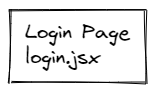
This is portalDiagram.excalidraw.png from TowmirAlRashid/meritage-portal-completed, a Excalidraw export, as it was before one commit. Source tidied: one line per element, renumbered; positions are measured from the earlier drawing's top-left corner, leaving out a move shared by most shapes. Source of this version:
```json
{"id": 0, "type": "rectangle", "strokeColor": "#000000", "strokeWidth": 1, "roughness": 1, "x": 0, "y": 0, "width": 136, "height": 73}
{"id": 1, "type": "text", "text": "Login Page \nlogin.jsx", "strokeColor": "#000000", "strokeWidth": 1, "roughness": 1, "fontSize": 20, "fontFamily": 1, "x": 15, "y": 10, "width": 115, "height": 50}
```
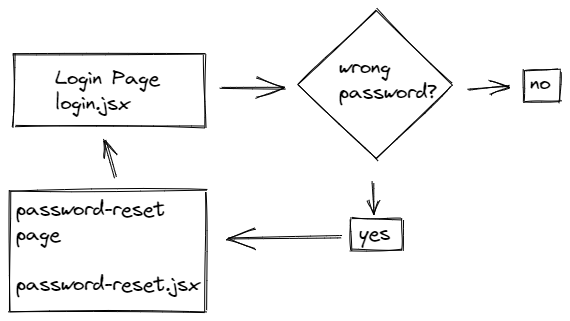
The same diagram one commit later.

Commit message:
added the responsive password-reset page

What changed in the source:
```diff
@@ -1,2 +1,15 @@
-{"id": 0, "type": "rectangle", "strokeColor": "#000000", "strokeWidth": 1, "roughness": 1, "x": 0, "y": 0, "width": 136, "height": 73}
+{"id": 0, "type": "rectangle", "strokeColor": "#000000", "strokeWidth": 1, "roughness": 1, "x": -57, "y": 3, "width": 191, "height": 73}
-{"id": 1, "type": "text", "text": "Login Page \nlogin.jsx", "strokeColor": "#000000", "strokeWidth": 1, "roughness": 1, "fontSize": 20, "fontFamily": 1, "x": 15, "y": 10, "width": 115, "height": 50}
+{"id": 1, "type": "text", "text": "Login Page \nlogin.jsx", "strokeColor": "#000000", "strokeWidth": 1, "roughness": 1, "fontSize": 20, "fontFamily": 1, "x": -16, "y": 15, "width": 115, "height": 50}
+{"id": 2, "type": "diamond", "strokeColor": "#000000", "strokeWidth": 1, "roughness": 1, "x": 227, "y": -41, "width": 154, "height": 149}
+{"id": 3, "type": "text", "text": "wrong\npassword?", "strokeColor": "#000000", "strokeWidth": 1, "roughness": 1, "fontSize": 20, "fontFamily": 1, "x": 268, "y": 4, "width": 99, "height": 50}
+{"id": 4, "type": "arrow", "strokeColor": "#000000", "strokeWidth": 1, "roughness": 1, "endArrowhead": "arrow", "from": 0, "to": 2, "x": 149, "y": 37, "width": 66, "height": 0, "points": [[0, 0], [66, 0]]}
+{"id": 5, "type": "text", "text": "no", "strokeColor": "#000000", "strokeWidth": 1, "roughness": 1, "fontSize": 20, "fontFamily": 1, "x": 459, "y": 20, "width": 22, "height": 25}
+{"id": 6, "type": "rectangle", "strokeColor": "#000000", "strokeWidth": 1, "roughness": 1, "x": 453, "y": 19, "width": 36, "height": 32}
+{"id": 7, "type": "text", "text": "yes", "strokeColor": "#000000", "strokeWidth": 1, "roughness": 1, "fontSize": 20, "fontFamily": 1, "x": 288, "y": 170, "width": 33, "height": 25}
+{"id": 8, "type": "rectangle", "strokeColor": "#000000", "strokeWidth": 1, "roughness": 1, "x": 280, "y": 168, "width": 51, "height": 31}
+{"id": 9, "type": "arrow", "strokeColor": "#000000", "strokeWidth": 1, "roughness": 1, "endArrowhead": "arrow", "from": 2, "to": 6, "x": 397, "y": 39, "width": 41, "height": 3, "points": [[0, 0], [41, -3]]}
+{"id": 10, "type": "arrow", "strokeColor": "#000000", "strokeWidth": 1, "roughness": 1, "endArrowhead": "arrow", "from": 2, "to": 8, "x": 302, "y": 131, "width": 0, "height": 33, "points": [[0, 0], [0, 33]]}
+{"id": 11, "type": "arrow", "strokeColor": "#000000", "strokeWidth": 1, "roughness": 1, "endArrowhead": "arrow", "from": 8, "to": 12, "x": 270, "y": 185, "width": 112, "height": 3, "points": [[0, 0], [-112, 3]]}
+{"id": 12, "type": "rectangle", "strokeColor": "#000000", "strokeWidth": 1, "roughness": 1, "x": -61, "y": 140, "width": 196, "height": 120}
+{"id": 13, "type": "text", "text": "password-reset\npage\n\npassword-reset.jsx", "strokeColor": "#000000", "strokeWidth": 1, "roughness": 1, "fontSize": 20, "fontFamily": 1, "x": -55, "y": 146, "width": 185, "height": 100}
+{"id": 14, "type": "arrow", "strokeColor": "#000000", "strokeWidth": 1, "roughness": 1, "endArrowhead": "arrow", "from": 13, "to": 0, "x": 44, "y": 128, "width": 11, "height": 39, "points": [[0, 0], [-11, -39]]}
```
